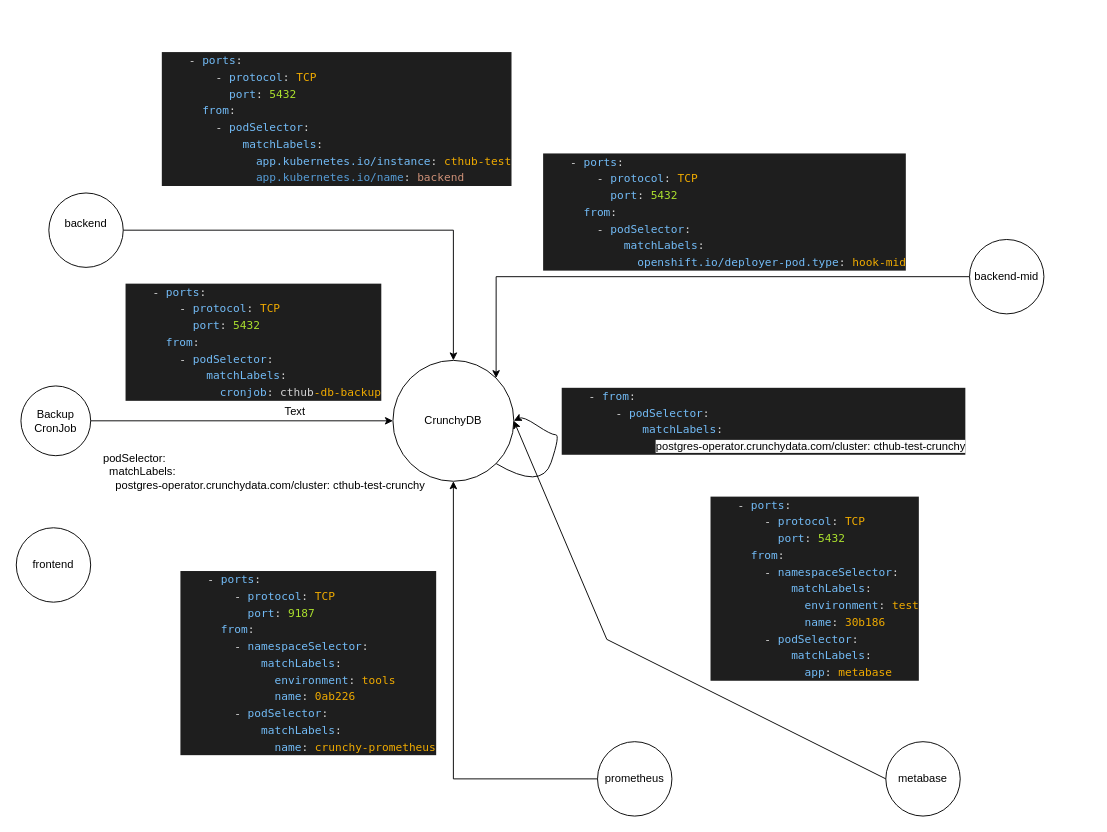
bcgov/cthub keeps this draw.io diagram as openshift/templates/knp/knp-diagram.drawio. Above is the earlier version. Source tidied: cells renumbered, new cells numbered last; positions are measured from the earlier drawing's top-left corner, leaving out a move shared by most shapes. Both pictures are drawn from the tidied source at 93%, with x=0, y=0 at pixel (16, 16).
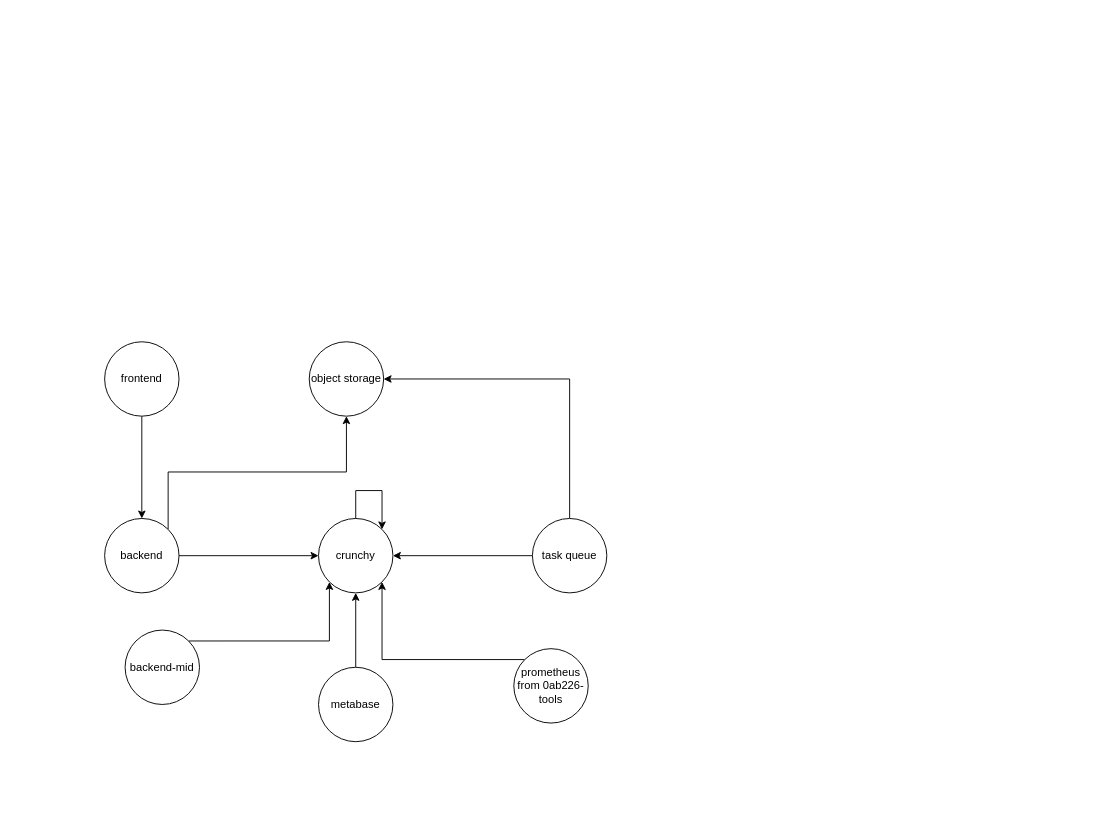
Above is the later version.

Change to the diagram source:
```diff
@@
+    <mxCell id="23" style="edgeStyle=orthogonalEdgeStyle;rounded=0;jettySize=auto;html=1;exitX=0.5;exitY=1;exitDx=0;exitDy=0;entryX=0.5;entryY=0;entryDx=0;entryDy=0;" parent="1" edge="1" source="2" target="4">
+      <mxGeometry relative="1" as="geometry" />
+    </mxCell>
     <mxCell id="2" value="frontend" style="ellipse;whiteSpace=wrap;html=1;" parent="1" vertex="1">
-      <mxGeometry y="550" width="80" height="80" as="geometry" />
+      <mxGeometry x="95" y="350" width="80" height="80" as="geometry" />
     </mxCell>
-    <mxCell id="3" style="edgeStyle=orthogonalEdgeStyle;rounded=0;jettySize=auto;html=1;exitX=1;exitY=0.5;exitDx=0;exitDy=0;strokeColor=#010103;" parent="1" edge="1" source="4" target="5">
-      <mxGeometry relative="1" as="geometry" />
-    </mxCell>
+    <mxCell id="24" style="edgeStyle=orthogonalEdgeStyle;rounded=0;jettySize=auto;html=1;exitX=1;exitY=0.5;exitDx=0;exitDy=0;" parent="1" edge="1" source="4" target="26">
+      <mxGeometry relative="1" as="geometry" />
+    </mxCell>
+    <mxCell id="25" style="edgeStyle=orthogonalEdgeStyle;rounded=0;jettySize=auto;html=1;exitX=1;exitY=0;exitDx=0;exitDy=0;entryX=0.5;entryY=1;entryDx=0;entryDy=0;" parent="1" edge="1" source="4" target="27">
+      <mxGeometry relative="1" as="geometry">
+        <Array as="points">
+          <mxPoint x="163" y="490" />
+          <mxPoint x="355" y="490" />
+        </Array>
+      </mxGeometry>
+    </mxCell>
-    <mxCell id="4" value="backend&lt;div&gt;&lt;br/&gt;&lt;/div&gt;" style="ellipse;whiteSpace=wrap;html=1;" parent="1" vertex="1">
-      <mxGeometry x="35" y="190" width="80" height="80" as="geometry" />
+    <mxCell id="4" value="backend" style="ellipse;whiteSpace=wrap;html=1;" parent="1" vertex="1">
+      <mxGeometry x="95" y="540" width="80" height="80" as="geometry" />
     </mxCell>
-    <mxCell id="5" value="CrunchyDB" style="ellipse;whiteSpace=wrap;html=1;" parent="1" vertex="1">
-      <mxGeometry x="405" y="370" width="130" height="130" as="geometry" />
-    </mxCell>
-    <mxCell id="6" style="edgeStyle=orthogonalEdgeStyle;rounded=0;jettySize=auto;html=1;entryX=0;entryY=0.5;entryDx=0;entryDy=0;strokeColor=#010103;" parent="1" edge="1" source="7" target="5">
-      <mxGeometry relative="1" as="geometry" />
-    </mxCell>
-    <mxCell id="7" value="Backup CronJob" style="ellipse;whiteSpace=wrap;html=1;" parent="1" vertex="1">
-      <mxGeometry x="5" y="397.5" width="75" height="75" as="geometry" />
-    </mxCell>
-    <mxCell id="8" style="curved=1;endArrow=classic;html=1;exitX=1;exitY=1;exitDx=0;exitDy=0;entryX=1;entryY=0.5;entryDx=0;entryDy=0;strokeColor=#010103;" parent="1" edge="1" source="5" target="5">
-      <mxGeometry relative="1" as="geometry">
-        <Array as="points">
-          <mxPoint x="565" y="510" />
-          <mxPoint x="585" y="450" />
-          <mxPoint x="575" y="450" />
-          <mxPoint x="545" y="430" />
-        </Array>
-      </mxGeometry>
-    </mxCell>
-    <mxCell id="9" style="edgeStyle=orthogonalEdgeStyle;rounded=0;jettySize=auto;html=1;entryX=1;entryY=0;entryDx=0;entryDy=0;strokeColor=#010103;" parent="1" edge="1" source="10" target="5">
-      <mxGeometry relative="1" as="geometry" />
-    </mxCell>
+    <mxCell id="26" value="crunchy" style="ellipse;whiteSpace=wrap;html=1;" parent="1" vertex="1">
+      <mxGeometry x="325" y="540" width="80" height="80" as="geometry" />
+    </mxCell>
+    <mxCell id="27" value="object storage" style="ellipse;whiteSpace=wrap;html=1;" parent="1" vertex="1">
+      <mxGeometry x="315" y="350" width="80" height="80" as="geometry" />
+    </mxCell>
+    <mxCell id="28" style="edgeStyle=orthogonalEdgeStyle;rounded=0;jettySize=auto;html=1;exitX=0;exitY=0.5;exitDx=0;exitDy=0;entryX=1;entryY=0.5;entryDx=0;entryDy=0;" parent="1" edge="1" source="30" target="26">
+      <mxGeometry relative="1" as="geometry" />
+    </mxCell>
+    <mxCell id="29" style="edgeStyle=orthogonalEdgeStyle;rounded=0;jettySize=auto;html=1;entryX=1;entryY=0.5;entryDx=0;entryDy=0;exitX=0.5;exitY=0;exitDx=0;exitDy=0;" parent="1" edge="1" source="30" target="27">
+      <mxGeometry relative="1" as="geometry" />
+    </mxCell>
+    <mxCell id="30" value="task queue" style="ellipse;whiteSpace=wrap;html=1;" parent="1" vertex="1">
+      <mxGeometry x="555" y="540" width="80" height="80" as="geometry" />
+    </mxCell>
+    <mxCell id="31" style="edgeStyle=orthogonalEdgeStyle;rounded=0;jettySize=auto;html=1;entryX=0.5;entryY=1;entryDx=0;entryDy=0;" parent="1" edge="1" source="11" target="26">
+      <mxGeometry relative="1" as="geometry" />
+    </mxCell>
+    <mxCell id="11" value="metabase" style="ellipse;whiteSpace=wrap;html=1;" parent="1" vertex="1">
+      <mxGeometry x="325" y="700" width="80" height="80" as="geometry" />
+    </mxCell>
+    <mxCell id="32" style="edgeStyle=orthogonalEdgeStyle;rounded=0;orthogonalLoop=1;jettySize=auto;html=1;exitX=0.5;exitY=0;exitDx=0;exitDy=0;entryX=1;entryY=0;entryDx=0;entryDy=0;" parent="1" edge="1" source="26" target="26">
+      <mxGeometry relative="1" as="geometry">
+        <Array as="points">
+          <mxPoint x="365" y="510" />
+          <mxPoint x="393" y="510" />
+        </Array>
+      </mxGeometry>
+    </mxCell>
+    <mxCell id="33" style="edgeStyle=orthogonalEdgeStyle;rounded=0;jettySize=auto;html=1;exitX=1;exitY=0;exitDx=0;exitDy=0;entryX=0;entryY=1;entryDx=0;entryDy=0;" parent="1" edge="1" source="10" target="26">
+      <mxGeometry relative="1" as="geometry" />
+    </mxCell>
     <mxCell id="10" value="backend-mid" style="ellipse;whiteSpace=wrap;html=1;" parent="1" vertex="1">
-      <mxGeometry x="1025" y="240" width="80" height="80" as="geometry" />
+      <mxGeometry x="117" y="660" width="80" height="80" as="geometry" />
     </mxCell>
-    <mxCell id="11" value="metabase" style="ellipse;whiteSpace=wrap;html=1;" parent="1" vertex="1">
-      <mxGeometry x="935" y="780" width="80" height="80" as="geometry" />
-    </mxCell>
-    <mxCell id="12" style="endArrow=classic;html=1;rounded=0;exitX=0;exitY=0.5;exitDx=0;exitDy=0;entryX=1;entryY=0.5;entryDx=0;entryDy=0;" parent="1" edge="1" source="11" target="5">
-      <mxGeometry relative="1" as="geometry">
-        <Array as="points">
-          <mxPoint x="635" y="670" />
-        </Array>
-      </mxGeometry>
-    </mxCell>
-    <mxCell id="13" style="edgeStyle=orthogonalEdgeStyle;rounded=0;jettySize=auto;html=1;exitX=0;exitY=0.5;exitDx=0;exitDy=0;entryX=0.5;entryY=1;entryDx=0;entryDy=0;" parent="1" edge="1" source="14" target="5">
-      <mxGeometry relative="1" as="geometry" />
-    </mxCell>
-    <mxCell id="14" value="prometheus" style="ellipse;whiteSpace=wrap;html=1;" parent="1" vertex="1">
-      <mxGeometry x="625" y="780" width="80" height="80" as="geometry" />
-    </mxCell>
-    <mxCell id="15" value="Text" style="text;html=1;align=center;verticalAlign=middle;whiteSpace=wrap;rounded=0;" parent="1" vertex="1">
-      <mxGeometry x="270" y="410" width="60" height="30" as="geometry" />
-    </mxCell>
-    <mxCell id="16" value="&lt;div style=&quot;color: rgb(212, 212, 212); background-color: rgb(30, 30, 30); font-family: Menlo, Monaco, &amp;quot;Courier New&amp;quot;, monospace; line-height: 18px; white-space: pre;&quot;&gt;&lt;div style=&quot;line-height: 18px;&quot;&gt;&lt;div style=&quot;line-height: 18px;&quot;&gt;&lt;div&gt;    - &lt;span style=&quot;color: #73bcf7;&quot;&gt;ports&lt;/span&gt;:&lt;/div&gt;&lt;div&gt;        - &lt;span style=&quot;color: #73bcf7;&quot;&gt;protocol&lt;/span&gt;: &lt;span style=&quot;color: #f0ab00;&quot;&gt;TCP&lt;/span&gt;&lt;/div&gt;&lt;div&gt;          &lt;span style=&quot;color: #73bcf7;&quot;&gt;port&lt;/span&gt;: &lt;span style=&quot;color: #ace12e;&quot;&gt;9187&lt;/span&gt;&lt;/div&gt;&lt;div&gt;      &lt;span style=&quot;color: #73bcf7;&quot;&gt;from&lt;/span&gt;:&lt;/div&gt;&lt;div&gt;        - &lt;span style=&quot;color: #73bcf7;&quot;&gt;namespaceSelector&lt;/span&gt;:&lt;/div&gt;&lt;div&gt;            &lt;span style=&quot;color: #73bcf7;&quot;&gt;matchLabels&lt;/span&gt;:&lt;/div&gt;&lt;div&gt;              &lt;span style=&quot;color: #73bcf7;&quot;&gt;environment&lt;/span&gt;: &lt;span style=&quot;color: #f0ab00;&quot;&gt;tools&lt;/span&gt;&lt;/div&gt;&lt;div&gt;              &lt;span style=&quot;color: #73bcf7;&quot;&gt;name&lt;/span&gt;: &lt;span style=&quot;color: #f0ab00;&quot;&gt;0ab226&lt;/span&gt;&lt;/div&gt;&lt;div&gt;        - &lt;span style=&quot;color: #73bcf7;&quot;&gt;podSelector&lt;/span&gt;:&lt;/div&gt;&lt;div&gt;            &lt;span style=&quot;color: #73bcf7;&quot;&gt;matchLabels&lt;/span&gt;:&lt;/div&gt;&lt;div&gt;              &lt;span style=&quot;color: #73bcf7;&quot;&gt;name&lt;/span&gt;: &lt;span style=&quot;color: #f0ab00;&quot;&gt;crunchy-prometheus&lt;/span&gt;&lt;/div&gt;&lt;/div&gt;&lt;/div&gt;&lt;/div&gt;" style="text;html=1;align=left;verticalAlign=middle;whiteSpace=wrap;rounded=0;" parent="1" vertex="1">
-      <mxGeometry x="175" y="590" width="280" height="210" as="geometry" />
-    </mxCell>
-    <mxCell id="17" value="&lt;div style=&quot;background-color: rgb(30, 30, 30); font-family: Menlo, Monaco, &amp;quot;Courier New&amp;quot;, monospace; line-height: 18px; white-space: pre;&quot;&gt;&lt;div style=&quot;color: rgb(212, 212, 212);&quot;&gt;    - &lt;span style=&quot;color: #73bcf7;&quot;&gt;ports&lt;/span&gt;:&lt;/div&gt;&lt;div style=&quot;color: rgb(212, 212, 212);&quot;&gt;        - &lt;span style=&quot;color: #73bcf7;&quot;&gt;protocol&lt;/span&gt;: &lt;span style=&quot;color: #f0ab00;&quot;&gt;TCP&lt;/span&gt;&lt;/div&gt;&lt;div style=&quot;color: rgb(212, 212, 212);&quot;&gt;          &lt;span style=&quot;color: #73bcf7;&quot;&gt;port&lt;/span&gt;: &lt;span style=&quot;color: #ace12e;&quot;&gt;5432&lt;/span&gt;&lt;/div&gt;&lt;div style=&quot;color: rgb(212, 212, 212);&quot;&gt;      &lt;span style=&quot;color: #73bcf7;&quot;&gt;from&lt;/span&gt;:&lt;/div&gt;&lt;div style=&quot;color: rgb(212, 212, 212);&quot;&gt;        - &lt;span style=&quot;color: #73bcf7;&quot;&gt;namespaceSelector&lt;/span&gt;:&lt;/div&gt;&lt;div style=&quot;color: rgb(212, 212, 212);&quot;&gt;            &lt;span style=&quot;color: #73bcf7;&quot;&gt;matchLabels&lt;/span&gt;:&lt;/div&gt;&lt;div style=&quot;&quot;&gt;&lt;font color=&quot;#d4d4d4&quot;&gt;              &lt;/font&gt;&lt;span style=&quot;color: rgb(115, 188, 247);&quot;&gt;environment&lt;/span&gt;&lt;font color=&quot;#d4d4d4&quot;&gt;: &lt;/font&gt;&lt;font color=&quot;#f0ab00&quot;&gt;test&lt;/font&gt;&lt;/div&gt;&lt;div style=&quot;color: rgb(212, 212, 212);&quot;&gt;              &lt;span style=&quot;color: #73bcf7;&quot;&gt;name&lt;/span&gt;: &lt;span style=&quot;color: #f0ab00;&quot;&gt;30b186&lt;/span&gt;&lt;/div&gt;&lt;div style=&quot;color: rgb(212, 212, 212);&quot;&gt;        - &lt;span style=&quot;color: #73bcf7;&quot;&gt;podSelector&lt;/span&gt;:&lt;/div&gt;&lt;div style=&quot;color: rgb(212, 212, 212);&quot;&gt;            &lt;span style=&quot;color: #73bcf7;&quot;&gt;matchLabels&lt;/span&gt;:&lt;/div&gt;&lt;div style=&quot;color: rgb(212, 212, 212);&quot;&gt;              &lt;span style=&quot;color: #73bcf7;&quot;&gt;app&lt;/span&gt;: &lt;span style=&quot;color: #f0ab00;&quot;&gt;metabase&lt;/span&gt;&lt;/div&gt;&lt;/div&gt;" style="text;html=1;align=left;verticalAlign=middle;whiteSpace=wrap;rounded=0;" parent="1" vertex="1">
-      <mxGeometry x="745" y="510" width="230" height="210" as="geometry" />
-    </mxCell>
-    <mxCell id="18" value="&lt;div style=&quot;color: rgb(212, 212, 212); background-color: rgb(30, 30, 30); font-family: Menlo, Monaco, &amp;quot;Courier New&amp;quot;, monospace; line-height: 18px; white-space: pre;&quot;&gt;&lt;div&gt;    - &lt;span style=&quot;color: #73bcf7;&quot;&gt;from&lt;/span&gt;:&lt;/div&gt;&lt;div&gt;        - &lt;span style=&quot;color: #73bcf7;&quot;&gt;podSelector&lt;/span&gt;:&lt;/div&gt;&lt;div&gt;            &lt;span style=&quot;color: #73bcf7;&quot;&gt;matchLabels&lt;/span&gt;:&lt;/div&gt;&lt;div&gt;              &lt;span style=&quot;background-color: rgb(251, 251, 251); color: rgb(0, 0, 0); font-family: Helvetica; white-space: normal;&quot;&gt;postgres-operator.crunchydata.com/cluster: cthub-test-crunchy&lt;/span&gt;&lt;/div&gt;&lt;/div&gt;" style="text;html=1;align=left;verticalAlign=middle;whiteSpace=wrap;rounded=0;" parent="1" vertex="1">
-      <mxGeometry x="585" y="390" width="570" height="90" as="geometry" />
-    </mxCell>
-    <mxCell id="19" value="&lt;div style=&quot;color: rgb(212, 212, 212); background-color: rgb(30, 30, 30); font-family: Menlo, Monaco, &amp;quot;Courier New&amp;quot;, monospace; line-height: 18px; white-space: pre;&quot;&gt;&lt;div&gt;    - &lt;span style=&quot;color: #73bcf7;&quot;&gt;ports&lt;/span&gt;:&lt;/div&gt;&lt;div&gt;        - &lt;span style=&quot;color: #73bcf7;&quot;&gt;protocol&lt;/span&gt;: &lt;span style=&quot;color: #f0ab00;&quot;&gt;TCP&lt;/span&gt;&lt;/div&gt;&lt;div&gt;          &lt;span style=&quot;color: #73bcf7;&quot;&gt;port&lt;/span&gt;: &lt;span style=&quot;color: #ace12e;&quot;&gt;5432&lt;/span&gt;&lt;/div&gt;&lt;div&gt;      &lt;span style=&quot;color: #73bcf7;&quot;&gt;from&lt;/span&gt;:&lt;/div&gt;&lt;div&gt;        - &lt;span style=&quot;color: #73bcf7;&quot;&gt;podSelector&lt;/span&gt;:&lt;/div&gt;&lt;div&gt;            &lt;span style=&quot;color: #73bcf7;&quot;&gt;matchLabels&lt;/span&gt;:&lt;/div&gt;&lt;div&gt;              &lt;span style=&quot;color: #73bcf7;&quot;&gt;openshift.io/deployer-pod.type&lt;/span&gt;: &lt;span style=&quot;color: #f0ab00;&quot;&gt;hook-mid&lt;/span&gt;&lt;/div&gt;&lt;/div&gt;" style="text;html=1;align=left;verticalAlign=middle;whiteSpace=wrap;rounded=0;" parent="1" vertex="1">
-      <mxGeometry x="565" y="140" width="400" height="140" as="geometry" />
-    </mxCell>
-    <mxCell id="20" value="&lt;div style=&quot;color: rgb(212, 212, 212); background-color: rgb(30, 30, 30); font-family: Menlo, Monaco, &amp;quot;Courier New&amp;quot;, monospace; line-height: 18px; white-space: pre;&quot;&gt;&lt;div&gt;    - &lt;span style=&quot;color: #73bcf7;&quot;&gt;ports&lt;/span&gt;:&lt;/div&gt;&lt;div&gt;        - &lt;span style=&quot;color: #73bcf7;&quot;&gt;protocol&lt;/span&gt;: &lt;span style=&quot;color: #f0ab00;&quot;&gt;TCP&lt;/span&gt;&lt;/div&gt;&lt;div&gt;          &lt;span style=&quot;color: #73bcf7;&quot;&gt;port&lt;/span&gt;: &lt;span style=&quot;color: #ace12e;&quot;&gt;5432&lt;/span&gt;&lt;/div&gt;&lt;div&gt;      &lt;span style=&quot;color: #73bcf7;&quot;&gt;from&lt;/span&gt;:&lt;/div&gt;&lt;div&gt;        - &lt;span style=&quot;color: #73bcf7;&quot;&gt;podSelector&lt;/span&gt;:&lt;/div&gt;&lt;div&gt;            &lt;span style=&quot;color: #73bcf7;&quot;&gt;matchLabels&lt;/span&gt;:&lt;/div&gt;&lt;div&gt;              &lt;span style=&quot;color: rgb(115, 188, 247);&quot;&gt;app.kubernetes.io/instance&lt;/span&gt;: &lt;span style=&quot;color: rgb(240, 171, 0);&quot;&gt;cthub-test&lt;/span&gt;&lt;/div&gt;&lt;div&gt;&lt;div style=&quot;line-height: 18px;&quot;&gt;&lt;span style=&quot;color: #569cd6;&quot;&gt;              app.kubernetes.io/name&lt;/span&gt;: &lt;span style=&quot;color: #ce9178;&quot;&gt;backend&lt;/span&gt;&lt;/div&gt;&lt;/div&gt;&lt;/div&gt;" style="text;html=1;align=left;verticalAlign=middle;whiteSpace=wrap;rounded=0;" parent="1" vertex="1">
-      <mxGeometry x="155" width="390" height="220" as="geometry" />
-    </mxCell>
-    <mxCell id="21" value="&lt;div style=&quot;color: rgb(212, 212, 212); background-color: rgb(30, 30, 30); font-family: Menlo, Monaco, &amp;quot;Courier New&amp;quot;, monospace; line-height: 18px; white-space: pre;&quot;&gt;&lt;div&gt;    - &lt;span style=&quot;color: #73bcf7;&quot;&gt;ports&lt;/span&gt;:&lt;/div&gt;&lt;div&gt;        - &lt;span style=&quot;color: #73bcf7;&quot;&gt;protocol&lt;/span&gt;: &lt;span style=&quot;color: #f0ab00;&quot;&gt;TCP&lt;/span&gt;&lt;/div&gt;&lt;div&gt;          &lt;span style=&quot;color: #73bcf7;&quot;&gt;port&lt;/span&gt;: &lt;span style=&quot;color: #ace12e;&quot;&gt;5432&lt;/span&gt;&lt;/div&gt;&lt;div&gt;      &lt;span style=&quot;color: #73bcf7;&quot;&gt;from&lt;/span&gt;:&lt;/div&gt;&lt;div&gt;        - &lt;span style=&quot;color: #73bcf7;&quot;&gt;podSelector&lt;/span&gt;:&lt;/div&gt;&lt;div&gt;            &lt;span style=&quot;color: #73bcf7;&quot;&gt;matchLabels&lt;/span&gt;:&lt;/div&gt;&lt;div&gt;              &lt;span style=&quot;color: #73bcf7;&quot;&gt;cronjob&lt;/span&gt;: cthub&lt;span style=&quot;color: #f0ab00;&quot;&gt;-db-backup&lt;/span&gt;&lt;/div&gt;&lt;/div&gt;" style="text;html=1;align=left;verticalAlign=middle;whiteSpace=wrap;rounded=0;" parent="1" vertex="1">
-      <mxGeometry x="116" y="290" width="280" height="120" as="geometry" />
-    </mxCell>
-    <mxCell id="22" value="&lt;div&gt;&amp;nbsp; podSelector:&lt;/div&gt;&lt;div&gt;&amp;nbsp; &amp;nbsp; matchLabels:&lt;/div&gt;&lt;div&gt;&amp;nbsp; &amp;nbsp; &amp;nbsp; postgres-operator.crunchydata.com/cluster: cthub-test-crunchy&lt;/div&gt;" style="text;html=1;align=left;verticalAlign=middle;whiteSpace=wrap;rounded=0;" parent="1" vertex="1">
-      <mxGeometry x="85" y="460" width="370" height="60" as="geometry" />
-    </mxCell>
+    <mxCell id="34" style="edgeStyle=orthogonalEdgeStyle;rounded=0;jettySize=auto;html=1;exitX=0;exitY=0;exitDx=0;exitDy=0;entryX=1;entryY=1;entryDx=0;entryDy=0;" parent="1" edge="1" source="35" target="26">
+      <mxGeometry relative="1" as="geometry" />
+    </mxCell>
+    <mxCell id="35" value="prometheus from 0ab226-tools" style="ellipse;whiteSpace=wrap;html=1;" parent="1" vertex="1">
+      <mxGeometry x="535" y="680" width="80" height="80" as="geometry" />
+    </mxCell>
```
